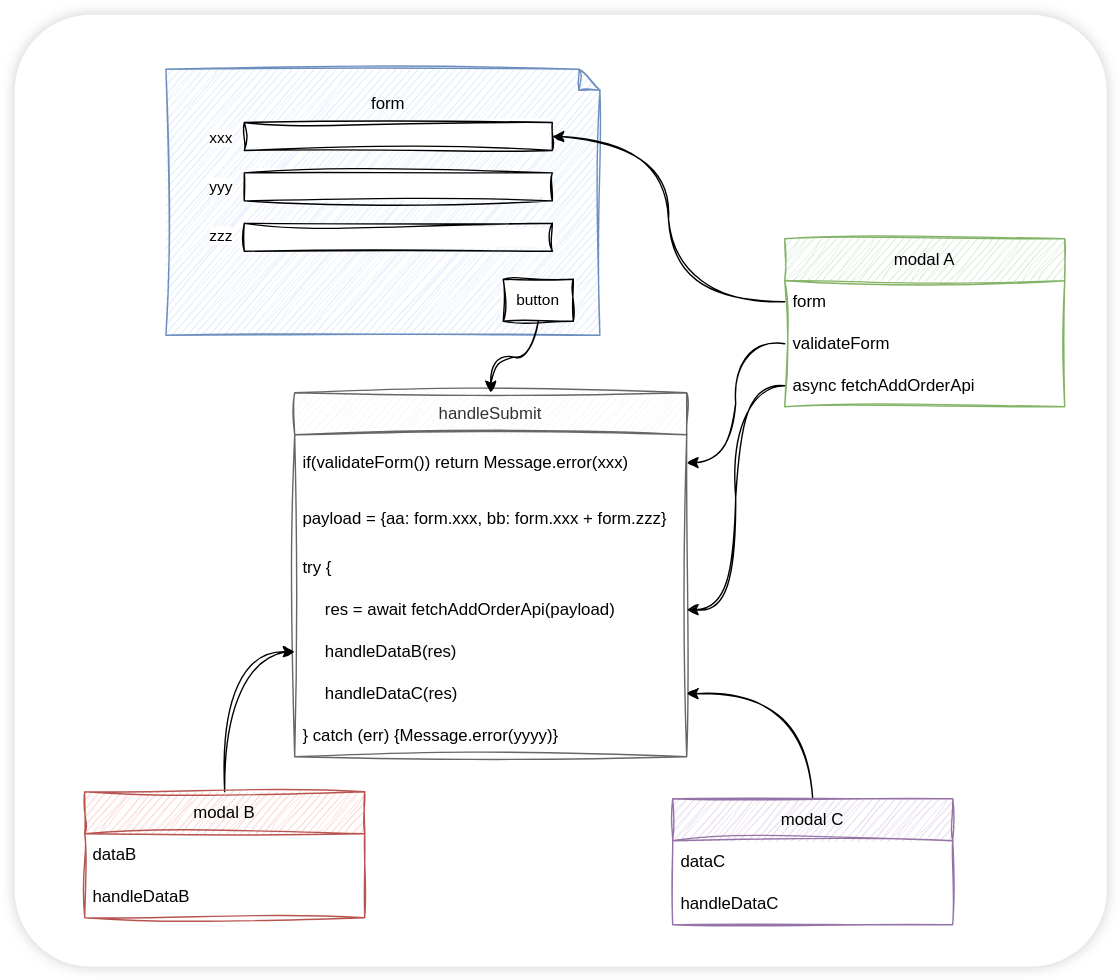
Earlier version of the draw.io export packages/public/traditional-code.drawio.svg (fluthjs/fluth-vue). Source tidied: cells renumbered, new cells last; positions are measured from the earlier drawing's top-left corner, leaving out a move shared by most shapes.
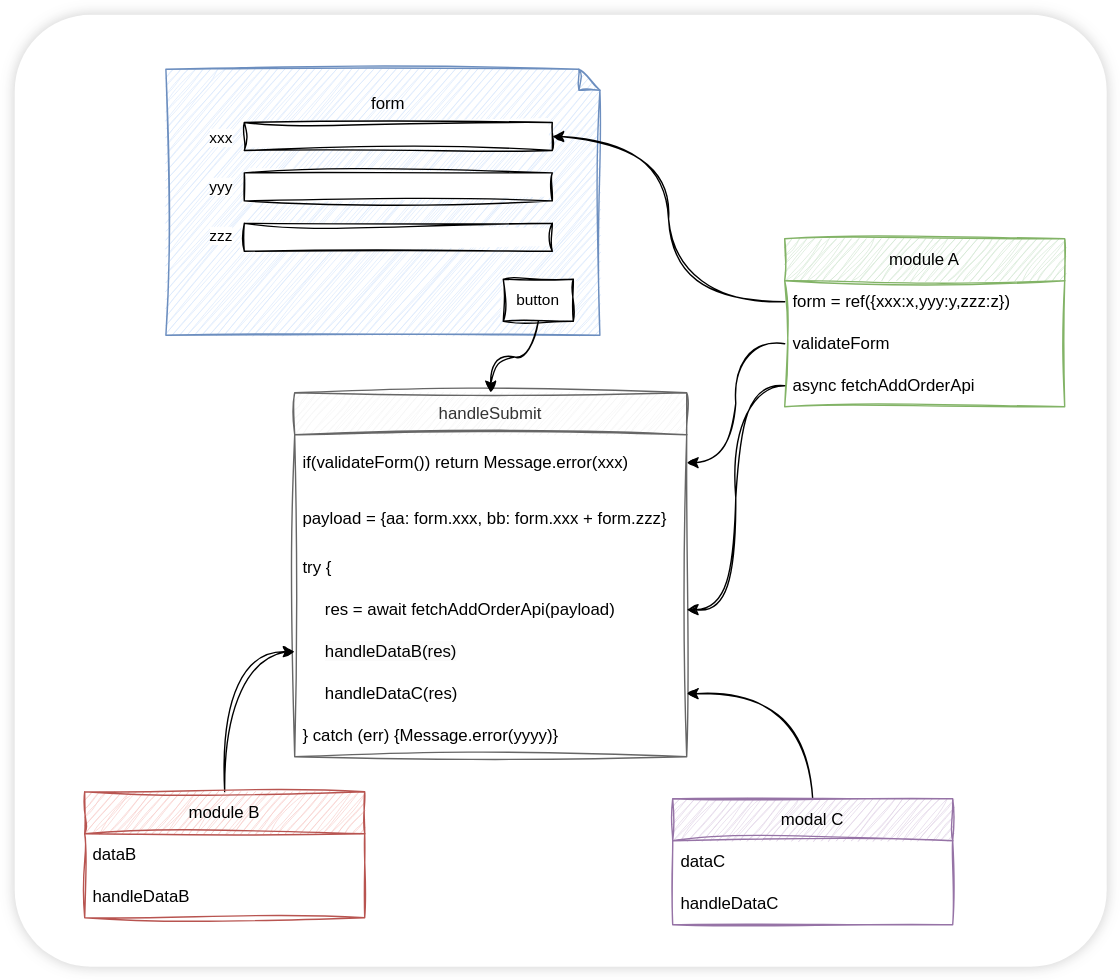
Above is the later version.

Diff of the diagram source:
```diff
@@ -35,7 +35,7 @@
     <mxCell id="12" style="edgeStyle=orthogonalEdgeStyle;shape=connector;curved=1;rounded=1;sketch=1;jiggle=2;curveFitting=1;html=1;entryX=0;entryY=0.5;entryDx=0;entryDy=0;strokeColor=default;align=center;verticalAlign=middle;fontFamily=Helvetica;fontSize=11;fontColor=default;labelBackgroundColor=default;endArrow=classic;" parent="1" edge="1" source="13" target="9">
       <mxGeometry relative="1" as="geometry" />
     </mxCell>
-    <mxCell id="13" value="modal B" style="swimlane;fontStyle=0;horizontal=1;startSize=30;whiteSpace=wrap;html=1;rounded=0;fillColor=#f8cecc;strokeColor=#b85450;sketch=1;curveFitting=1;jiggle=2;" parent="1" vertex="1">
+    <mxCell id="13" value="module B" style="swimlane;fontStyle=0;horizontal=1;startSize=30;whiteSpace=wrap;html=1;rounded=0;fillColor=#f8cecc;strokeColor=#b85450;sketch=1;curveFitting=1;jiggle=2;" parent="1" vertex="1">
       <mxGeometry x="50" y="555" width="200" height="90" as="geometry" />
     </mxCell>
     <mxCell id="14" value="dataB" style="text;strokeColor=none;fillColor=none;align=left;verticalAlign=middle;spacingLeft=4;spacingRight=4;overflow=hidden;whiteSpace=wrap;html=1;rounded=0;sketch=1;curveFitting=1;jiggle=2;" parent="13" vertex="1">
@@ -56,10 +56,10 @@
     <mxCell id="19" value="handleDataC" style="text;strokeColor=none;fillColor=none;align=left;verticalAlign=middle;spacingLeft=4;spacingRight=4;overflow=hidden;whiteSpace=wrap;html=1;rounded=0;sketch=1;curveFitting=1;jiggle=2;" parent="17" vertex="1">
       <mxGeometry y="60" width="200" height="30" as="geometry" />
     </mxCell>
-    <mxCell id="20" value="modal A" style="swimlane;fontStyle=0;horizontal=1;startSize=30;whiteSpace=wrap;html=1;glass=0;rounded=0;fillColor=#d5e8d4;strokeColor=#82b366;sketch=1;curveFitting=1;jiggle=2;" parent="1" vertex="1">
+    <mxCell id="20" value="module A" style="swimlane;fontStyle=0;horizontal=1;startSize=30;whiteSpace=wrap;html=1;glass=0;rounded=0;fillColor=#d5e8d4;strokeColor=#82b366;sketch=1;curveFitting=1;jiggle=2;" parent="1" vertex="1">
       <mxGeometry x="550" y="160" width="200" height="120" as="geometry" />
     </mxCell>
-    <mxCell id="21" value="&lt;span style=&quot;color: rgb(0, 0, 0);&quot;&gt;form&lt;/span&gt;" style="text;strokeColor=none;fillColor=none;align=left;verticalAlign=middle;spacingLeft=4;spacingRight=4;overflow=hidden;points=[[0,0.5],[1,0.5]];portConstraint=eastwest;whiteSpace=wrap;html=1;glass=0;rounded=0;sketch=1;curveFitting=1;jiggle=2;" parent="20" vertex="1">
+    <mxCell id="21" value="&lt;span style=&quot;color: rgb(0, 0, 0);&quot;&gt;form = ref({xxx:x,yyy:y,zzz:z})&lt;/span&gt;" style="text;strokeColor=none;fillColor=none;align=left;verticalAlign=middle;spacingLeft=4;spacingRight=4;overflow=hidden;points=[[0,0.5],[1,0.5]];portConstraint=eastwest;whiteSpace=wrap;html=1;glass=0;rounded=0;sketch=1;curveFitting=1;jiggle=2;" parent="20" vertex="1">
       <mxGeometry y="30" width="200" height="30" as="geometry" />
     </mxCell>
     <mxCell id="22" style="text;strokeColor=none;fillColor=none;align=left;verticalAlign=middle;spacingLeft=4;spacingRight=4;overflow=hidden;whiteSpace=wrap;html=1;glass=0;rounded=0;sketch=1;curveFitting=1;jiggle=2;" parent="20" vertex="1">
```
